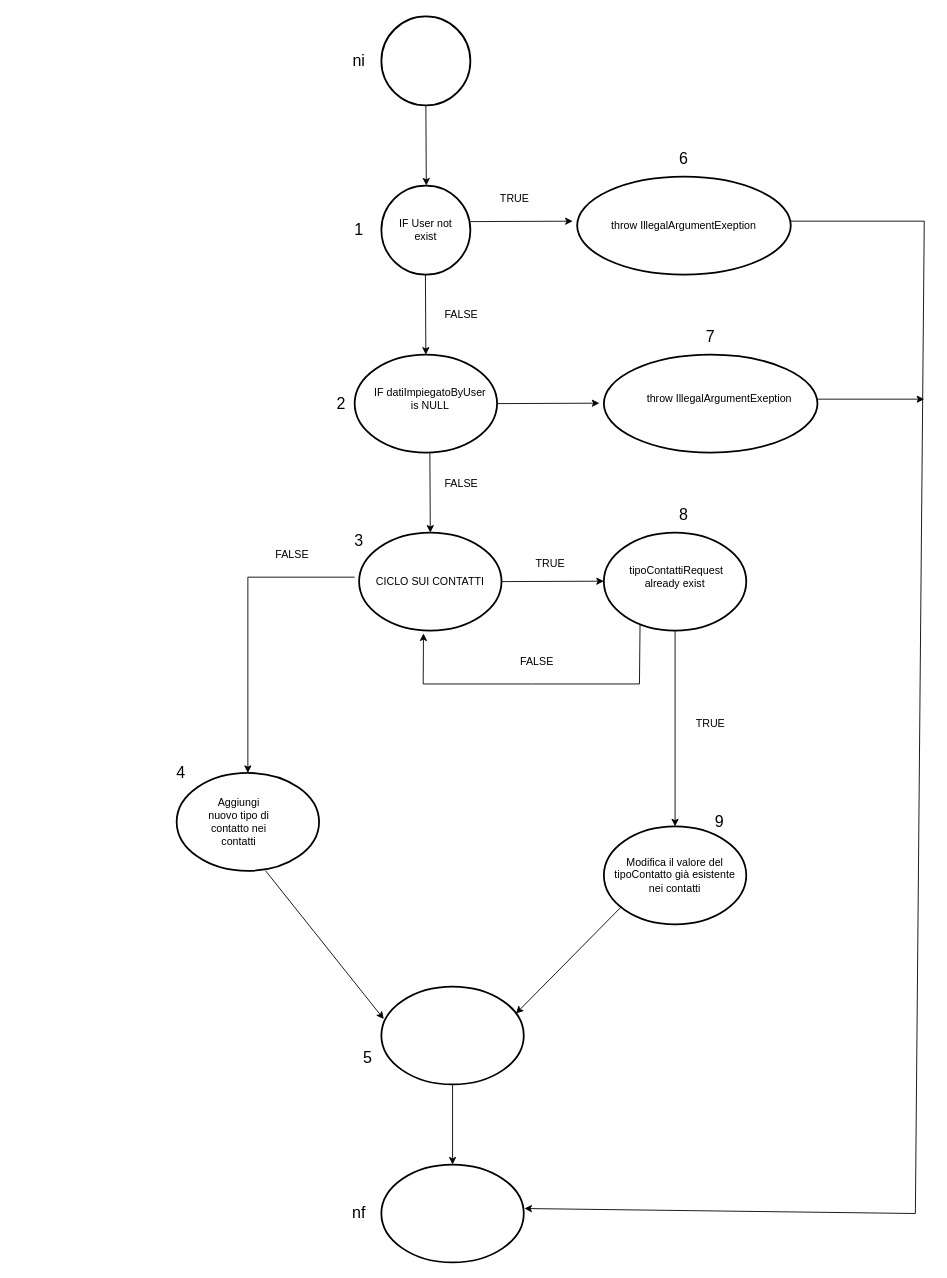
Above: diagrammi/GrafoAggiungiUnaControProposta.drawio in Sperob98/Documentazione-DietiEstates25 (draw.io), before the change. Source tidied: cells renumbered, new cells numbered last; positions are measured from the earlier drawing's top-left corner, leaving out a move shared by most shapes. Both pictures are drawn from the tidied source at 89%, with x=0, y=0 at pixel (167, 16).
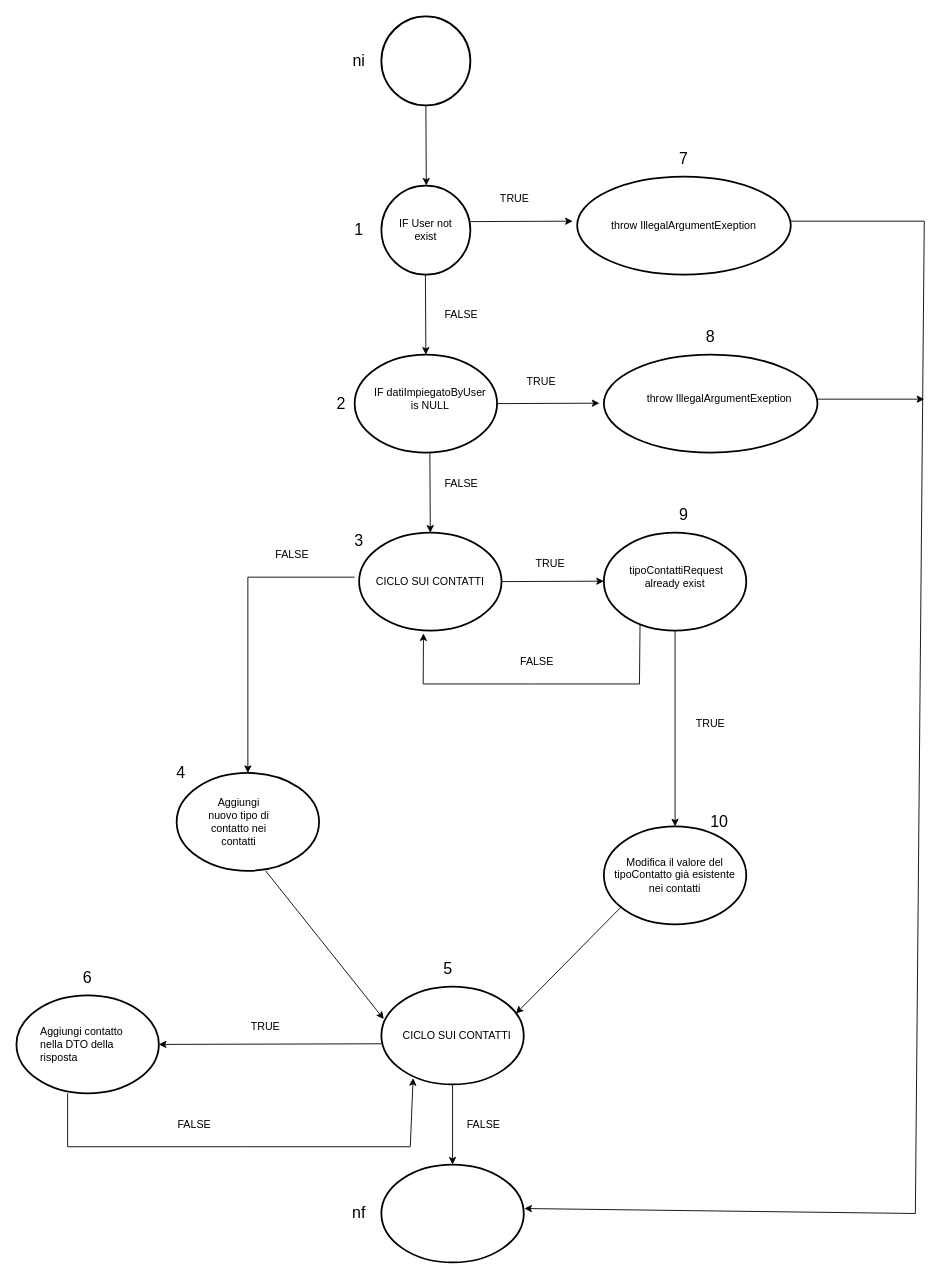
The same diagram, later.

The change refers to these unchanged cells:
```xml
<mxCell id="33" style="strokeWidth=2;html=1;shape=mxgraph.flowchart.start_2;whiteSpace=wrap;" parent="1" vertex="1">
  <mxGeometry x="240" y="1090" width="160" height="110" as="geometry" />
</mxCell>
```

What changed in the source:
```diff
@@
-    <mxCell id="42" value="&lt;font style=&quot;font-size: 18px;&quot;&gt;6&lt;/font&gt;" style="text;html=1;align=center;verticalAlign=middle;whiteSpace=wrap;rounded=0;" parent="1" vertex="1">
+    <mxCell id="42" value="&lt;font style=&quot;font-size: 18px;&quot;&gt;7&lt;/font&gt;" style="text;html=1;align=center;verticalAlign=middle;whiteSpace=wrap;rounded=0;" parent="1" vertex="1">
       <mxGeometry x="560" y="150" width="40" height="20" as="geometry" />
     </mxCell>
@@
     <mxCell id="46" value="&lt;font style=&quot;font-size: 18px;&quot;&gt;5&lt;/font&gt;" style="text;html=1;align=center;verticalAlign=middle;whiteSpace=wrap;rounded=0;" parent="1" vertex="1">
-      <mxGeometry x="210" y="1160" width="30" height="20" as="geometry" />
+      <mxGeometry x="300" y="1060" width="30" height="20" as="geometry" />
     </mxCell>
@@
-    <mxCell id="48" value="&lt;font style=&quot;font-size: 18px;&quot;&gt;7&lt;/font&gt;" style="text;html=1;align=center;verticalAlign=middle;whiteSpace=wrap;rounded=0;" parent="1" vertex="1">
+    <mxCell id="48" value="&lt;font style=&quot;font-size: 18px;&quot;&gt;8&lt;/font&gt;" style="text;html=1;align=center;verticalAlign=middle;whiteSpace=wrap;rounded=0;" parent="1" vertex="1">
       <mxGeometry x="595" y="350" width="30" height="20" as="geometry" />
     </mxCell>
-    <mxCell id="49" value="&lt;font style=&quot;font-size: 18px;&quot;&gt;8&lt;/font&gt;" style="text;html=1;align=center;verticalAlign=middle;whiteSpace=wrap;rounded=0;" parent="1" vertex="1">
+    <mxCell id="49" value="&lt;font style=&quot;font-size: 18px;&quot;&gt;9&lt;/font&gt;" style="text;html=1;align=center;verticalAlign=middle;whiteSpace=wrap;rounded=0;" parent="1" vertex="1">
       <mxGeometry x="565" y="550" width="30" height="20" as="geometry" />
     </mxCell>
-    <mxCell id="50" value="&lt;font style=&quot;font-size: 18px;&quot;&gt;9&lt;/font&gt;" style="text;html=1;align=center;verticalAlign=middle;whiteSpace=wrap;rounded=0;" parent="1" vertex="1">
+    <mxCell id="50" value="&lt;font style=&quot;font-size: 18px;&quot;&gt;10&lt;/font&gt;" style="text;html=1;align=center;verticalAlign=middle;whiteSpace=wrap;rounded=0;" parent="1" vertex="1">
       <mxGeometry x="605" y="895" width="30" height="20" as="geometry" />
     </mxCell>
@@
+    <mxCell id="53" style="strokeWidth=2;html=1;shape=mxgraph.flowchart.start_2;whiteSpace=wrap;" parent="1" vertex="1">
+      <mxGeometry x="-170" y="1100" width="160" height="110" as="geometry" />
+    </mxCell>
+    <mxCell id="54" value="TRUE" style="text;html=1;align=center;verticalAlign=middle;whiteSpace=wrap;rounded=0;" parent="1" vertex="1">
+      <mxGeometry x="390" y="396" width="60" height="30" as="geometry" />
+    </mxCell>
+    <mxCell id="55" style="endArrow=classic;html=1;rounded=0;entryX=1;entryY=0.5;entryDx=0;entryDy=0;entryPerimeter=0;" parent="1" edge="1" target="53">
+      <mxGeometry relative="1" as="geometry">
+        <mxPoint x="240" y="1154.3" as="sourcePoint" />
+      </mxGeometry>
+    </mxCell>
+    <mxCell id="56" style="endArrow=classic;html=1;rounded=0;entryX=0.223;entryY=0.935;entryDx=0;entryDy=0;entryPerimeter=0;" parent="1" edge="1" target="33">
+      <mxGeometry relative="1" as="geometry">
+        <mxPoint x="-112.5" y="1210" as="sourcePoint" />
+        <Array as="points">
+          <mxPoint x="-112.5" y="1270" />
+          <mxPoint x="87.5" y="1270" />
+          <mxPoint x="272.5" y="1270" />
+        </Array>
+      </mxGeometry>
+    </mxCell>
+    <mxCell id="57" value="CICLO SUI CONTATTI" style="text;html=1;align=center;verticalAlign=middle;whiteSpace=wrap;rounded=0;" parent="1" vertex="1">
+      <mxGeometry x="260" y="1120" width="130" height="50" as="geometry" />
+    </mxCell>
+    <mxCell id="58" value="FALSE" style="text;html=1;align=center;verticalAlign=middle;whiteSpace=wrap;rounded=0;" parent="1" vertex="1">
+      <mxGeometry x="325" y="1230" width="60" height="30" as="geometry" />
+    </mxCell>
+    <mxCell id="59" value="TRUE" style="text;html=1;align=center;verticalAlign=middle;whiteSpace=wrap;rounded=0;" parent="1" vertex="1">
+      <mxGeometry x="80" y="1120" width="60" height="30" as="geometry" />
+    </mxCell>
+    <mxCell id="60" value="Aggiungi contatto nella DTO della risposta" style="text;html=1;align=left;verticalAlign=middle;whiteSpace=wrap;rounded=0;" parent="1" vertex="1">
+      <mxGeometry x="-145" y="1125" width="110" height="60" as="geometry" />
+    </mxCell>
+    <mxCell id="61" value="&lt;font style=&quot;font-size: 18px;&quot;&gt;6&lt;/font&gt;" style="text;html=1;align=center;verticalAlign=middle;whiteSpace=wrap;rounded=0;" parent="1" vertex="1">
+      <mxGeometry x="-105" y="1070" width="30" height="20" as="geometry" />
+    </mxCell>
+    <mxCell id="62" value="FALSE" style="text;html=1;align=center;verticalAlign=middle;whiteSpace=wrap;rounded=0;" parent="1" vertex="1">
+      <mxGeometry y="1230" width="60" height="30" as="geometry" />
+    </mxCell>
```
